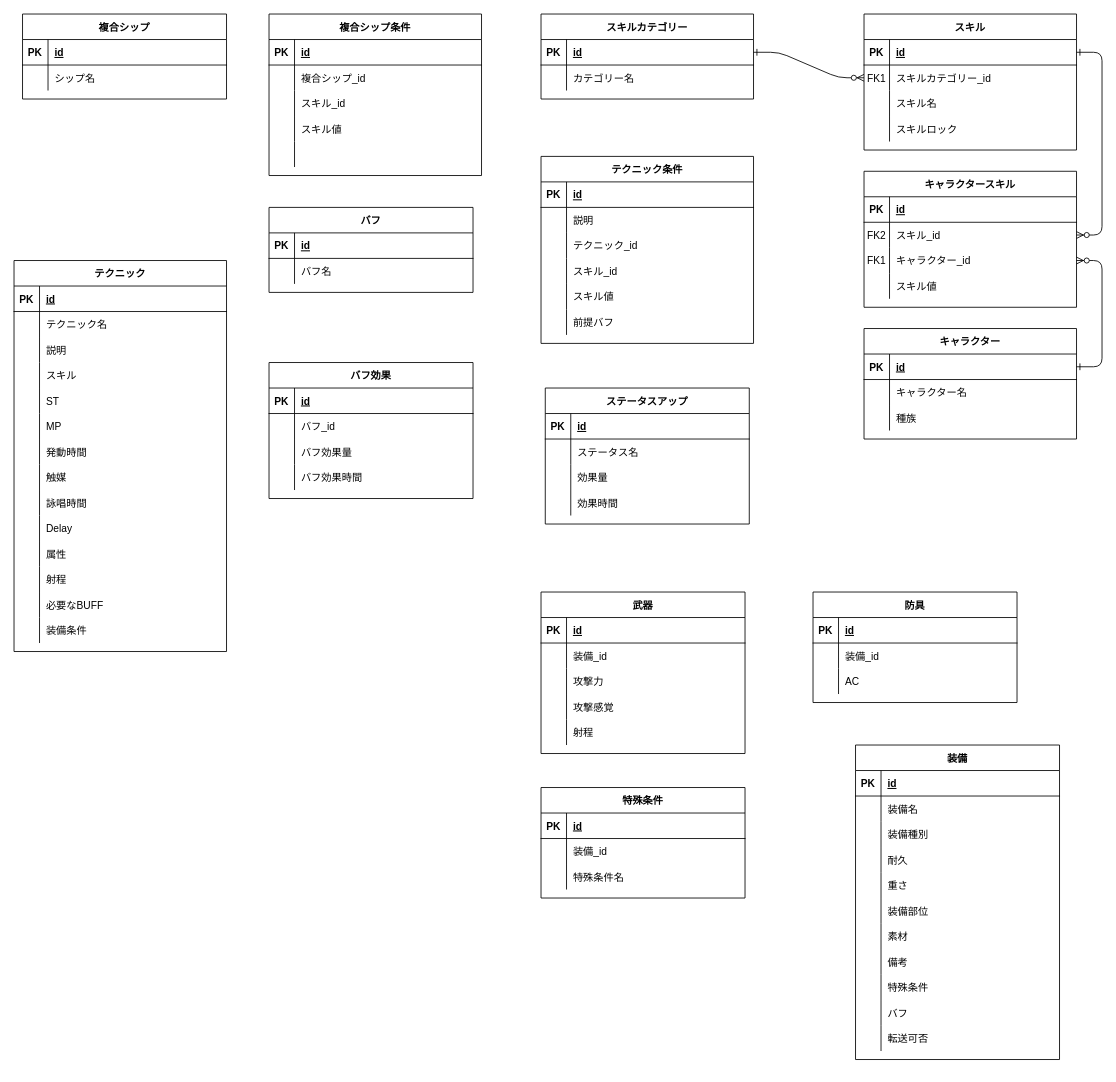
Above: MoEキャラクリデモ.drawio in ankoro-mochi24/MoE- (draw.io), before the change. Source tidied: cells renumbered, new cells numbered last; positions are measured from the earlier drawing's top-left corner, leaving out a move shared by most shapes. Both pictures are drawn from the tidied source at 85%, with x=0, y=0 at pixel (14, 14).
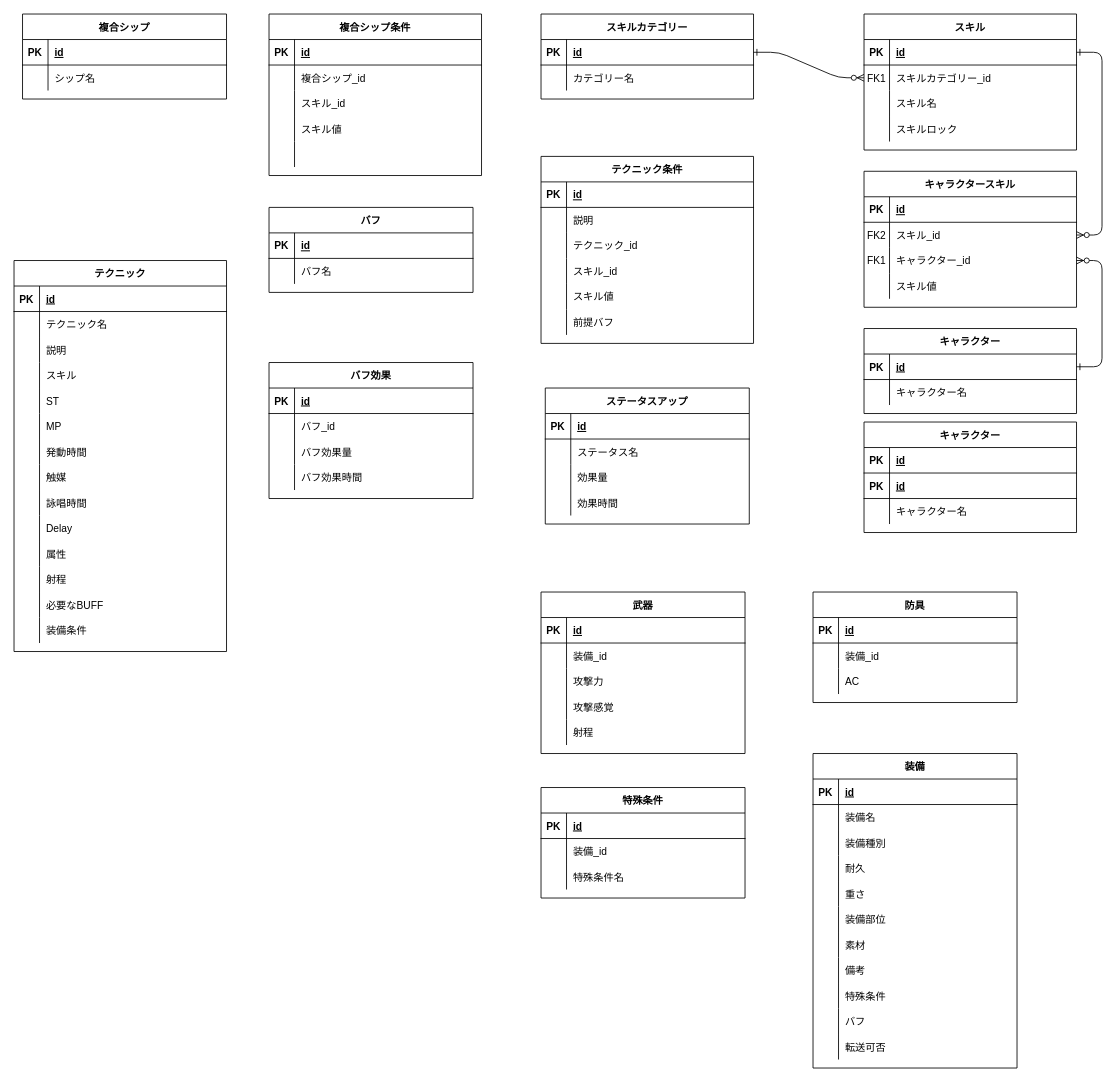
Above is the later version.

Diff of the diagram source:
```diff
@@
     <mxCell id="16" value="キャラクター" style="shape=table;startSize=30;childLayout=tableLayout;rowLines=0;fontStyle=1;align=center;" parent="1" vertex="1">
-      <mxGeometry x="1000" y="370" width="250" height="130" as="geometry" />
+      <mxGeometry x="1000" y="370" width="250" height="100" as="geometry" />
     </mxCell>
@@
-    <mxCell id="23" style="shape=partialRectangle;fillColor=none;top=0;left=0;right=0;bottom=0;" parent="16" vertex="1">
-      <mxGeometry y="90" width="250" height="30" as="geometry" />
-    </mxCell>
-    <mxCell id="24" style="shape=partialRectangle;overflow=hidden;fillColor=none;top=0;left=0;bottom=0;right=0;" parent="23" vertex="1">
-      <mxGeometry width="30" height="30" as="geometry" />
-    </mxCell>
-    <mxCell id="25" value="種族" style="shape=partialRectangle;overflow=hidden;fillColor=none;top=0;left=0;bottom=0;right=0;align=left;spacingLeft=6;" parent="23" vertex="1">
-      <mxGeometry x="30" width="220" height="30" as="geometry" />
-    </mxCell>
@@
     <mxCell id="153" value="装備" style="shape=table;startSize=30;childLayout=tableLayout;rowLines=0;fontStyle=1;align=center;" parent="1" vertex="1">
-      <mxGeometry x="990" y="860" width="240" height="370" as="geometry" />
+      <mxGeometry x="940" y="870" width="240" height="370" as="geometry" />
     </mxCell>
@@
+    <mxCell id="236" value="キャラクター" style="shape=table;startSize=30;childLayout=tableLayout;rowLines=0;fontStyle=1;align=center;" parent="1" vertex="1">
+      <mxGeometry x="1000" y="480" width="250" height="130" as="geometry" />
+    </mxCell>
+    <mxCell id="237" style="shape=partialRectangle;fillColor=none;top=0;left=0;right=0;bottom=1;" parent="236" vertex="1">
+      <mxGeometry y="30" width="250" height="30" as="geometry" />
+    </mxCell>
+    <mxCell id="238" value="PK" style="shape=partialRectangle;overflow=hidden;fillColor=none;top=0;left=0;bottom=0;right=0;fontStyle=1;" parent="237" vertex="1">
+      <mxGeometry width="30" height="30" as="geometry" />
+    </mxCell>
+    <mxCell id="239" value="id" style="shape=partialRectangle;overflow=hidden;fillColor=none;top=0;left=0;bottom=0;right=0;align=left;spacingLeft=6;fontStyle=5;" parent="237" vertex="1">
+      <mxGeometry x="30" width="220" height="30" as="geometry" />
+    </mxCell>
+    <mxCell id="240" style="shape=partialRectangle;fillColor=none;top=0;left=0;right=0;bottom=1;" parent="236" vertex="1">
+      <mxGeometry y="60" width="250" height="30" as="geometry" />
+    </mxCell>
+    <mxCell id="241" value="PK" style="shape=partialRectangle;overflow=hidden;fillColor=none;top=0;left=0;bottom=0;right=0;fontStyle=1;" parent="240" vertex="1">
+      <mxGeometry width="30" height="30" as="geometry" />
+    </mxCell>
+    <mxCell id="242" value="id" style="shape=partialRectangle;overflow=hidden;fillColor=none;top=0;left=0;bottom=0;right=0;align=left;spacingLeft=6;fontStyle=5;" parent="240" vertex="1">
+      <mxGeometry x="30" width="220" height="30" as="geometry" />
+    </mxCell>
+    <mxCell id="23" style="shape=partialRectangle;fillColor=none;top=0;left=0;right=0;bottom=0;" parent="236" vertex="1">
+      <mxGeometry y="90" width="250" height="30" as="geometry" />
+    </mxCell>
+    <mxCell id="24" style="shape=partialRectangle;overflow=hidden;fillColor=none;top=0;left=0;bottom=0;right=0;" parent="23" vertex="1">
+      <mxGeometry width="30" height="30" as="geometry" />
+    </mxCell>
+    <mxCell id="243" value="キャラクター名" style="shape=partialRectangle;overflow=hidden;fillColor=none;top=0;left=0;bottom=0;right=0;align=left;spacingLeft=6;" parent="23" vertex="1">
+      <mxGeometry x="30" width="220" height="30" as="geometry" />
+    </mxCell>
```
